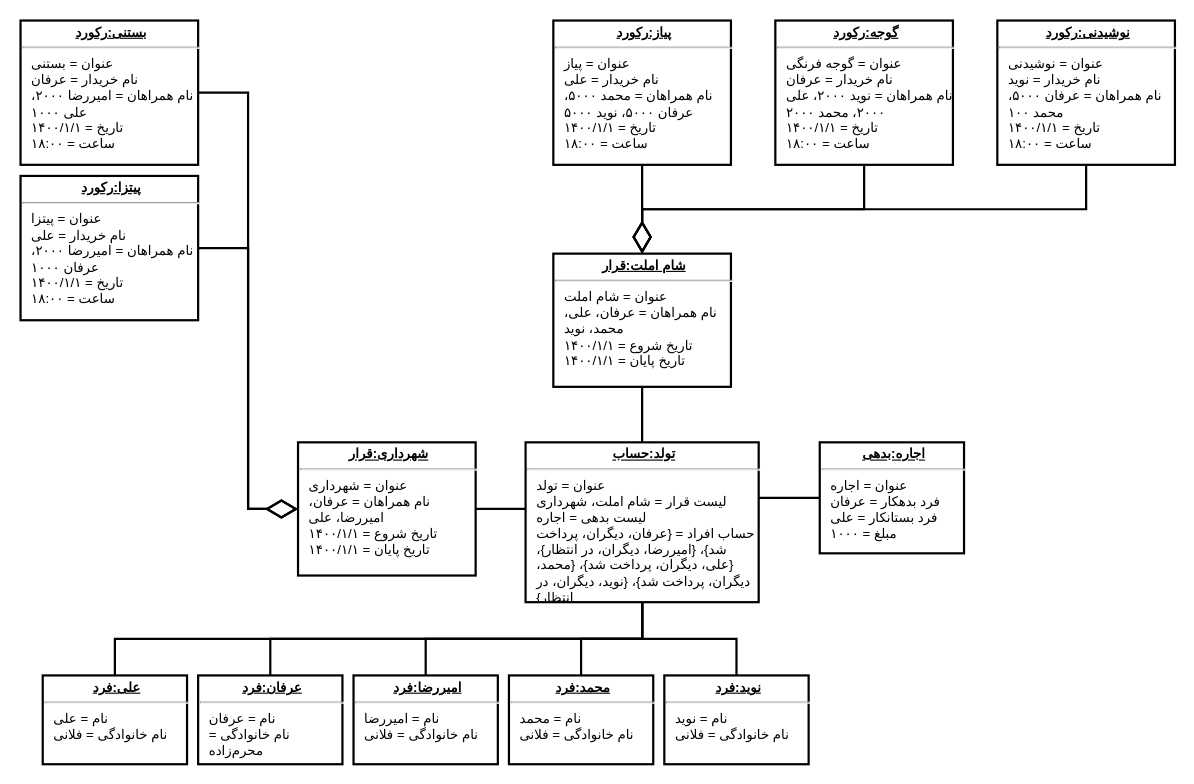
moharamzadeh/lets-go-dutch keeps this draw.io diagram as page "Object" (2 of 14) of UML.drawio. Above is the earlier version. Source tidied: cells renumbered, new cells numbered last; positions are measured from the earlier drawing's top-left corner, leaving out a move shared by most shapes. Both pictures are drawn from the tidied source at 111%, with x=0, y=0 at pixel (20, 20).
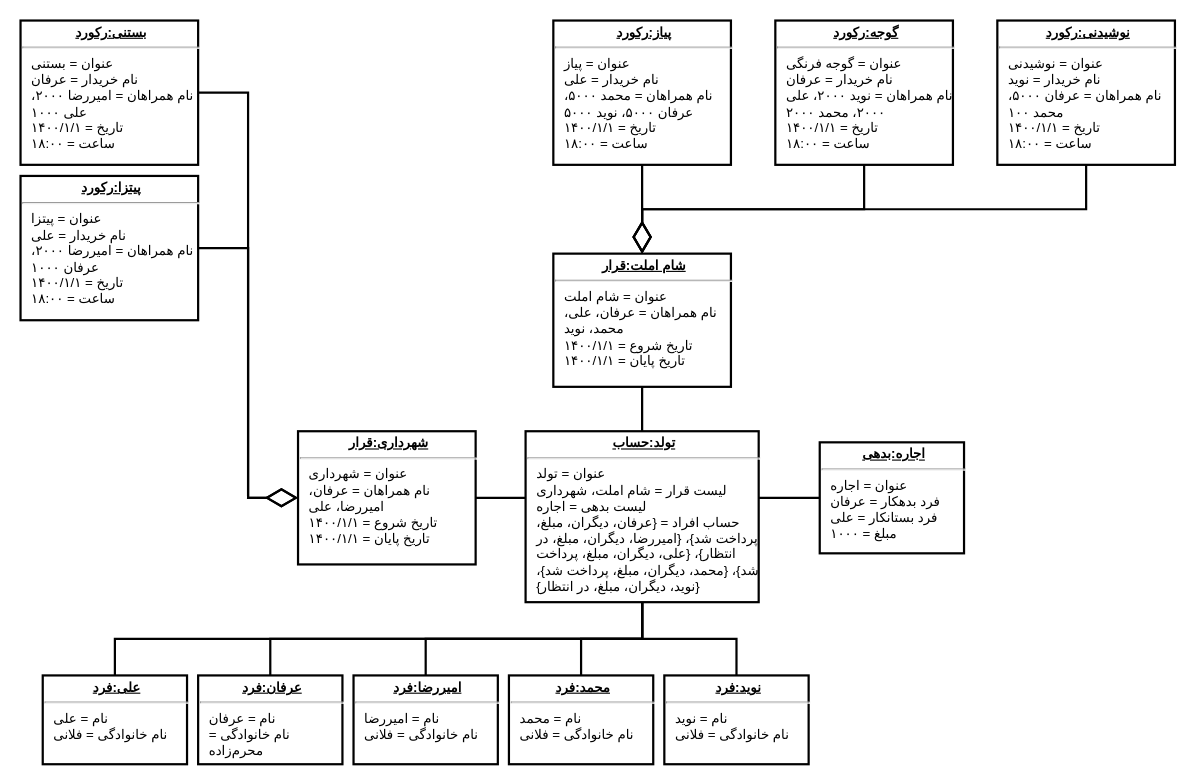
The same page after the edit.

What changed in the source:
```diff
@@
     <mxCell id="2" value="&lt;p style=&quot;margin:0px;margin-top:4px;text-align:center;text-decoration:underline;&quot;&gt;&lt;b&gt;شهرداری:قرار&lt;/b&gt;&lt;/p&gt;&lt;hr&gt;&lt;p style=&quot;margin: 0px 0px 0px 8px;&quot;&gt;عنوان = شهرداری&lt;/p&gt;&lt;p style=&quot;margin: 0px 0px 0px 8px;&quot;&gt;نام همراهان = عرفان، امیررضا، علی&lt;/p&gt;&lt;p style=&quot;margin: 0px 0px 0px 8px;&quot;&gt;تاریخ شروع = ۱۴۰۰/۱/۱&lt;/p&gt;&lt;p style=&quot;margin: 0px 0px 0px 8px;&quot;&gt;تاریخ پایان = ۱۴۰۰/۱/۱&lt;/p&gt;" style="verticalAlign=top;align=left;overflow=fill;fontSize=12;fontFamily=Vazirmatn;html=1;textDirection=rtl;whiteSpace=wrap;strokeWidth=2;" parent="1" vertex="1">
-      <mxGeometry x="250" y="380" width="160" height="120" as="geometry" />
+      <mxGeometry x="250" y="370" width="160" height="120" as="geometry" />
     </mxCell>
@@
-    <mxCell id="14" value="&lt;p style=&quot;margin:0px;margin-top:4px;text-align:center;text-decoration:underline;&quot;&gt;&lt;b&gt;تولد:حساب&lt;/b&gt;&lt;/p&gt;&lt;hr&gt;&lt;p style=&quot;margin: 0px 0px 0px 8px;&quot;&gt;عنوان = تولد&lt;/p&gt;&lt;p style=&quot;margin: 0px 0px 0px 8px;&quot;&gt;لیست قرار = شام املت، شهرداری&lt;/p&gt;&lt;p style=&quot;margin: 0px 0px 0px 8px;&quot;&gt;لیست بدهی = اجاره&lt;/p&gt;&lt;p style=&quot;margin: 0px 0px 0px 8px;&quot;&gt;حساب افراد = {عرفان، دیگران، پرداخت شد}، {امیررضا، دیگران، در انتظار}، {علی، دیگران، پرداخت شد}، {محمد، دیگران، پرداخت شد}، {نوید، دیگران، در انتظار}&lt;/p&gt;" style="verticalAlign=top;align=left;overflow=fill;fontSize=12;fontFamily=Vazirmatn;html=1;textDirection=rtl;whiteSpace=wrap;strokeWidth=2;" parent="1" vertex="1">
-      <mxGeometry x="455" y="380" width="210" height="144" as="geometry" />
+    <mxCell id="14" value="&lt;p style=&quot;margin:0px;margin-top:4px;text-align:center;text-decoration:underline;&quot;&gt;&lt;b&gt;تولد:حساب&lt;/b&gt;&lt;/p&gt;&lt;hr&gt;&lt;p style=&quot;margin: 0px 0px 0px 8px;&quot;&gt;عنوان = تولد&lt;/p&gt;&lt;p style=&quot;margin: 0px 0px 0px 8px;&quot;&gt;لیست قرار = شام املت، شهرداری&lt;/p&gt;&lt;p style=&quot;margin: 0px 0px 0px 8px;&quot;&gt;لیست بدهی = اجاره&lt;/p&gt;&lt;p style=&quot;margin: 0px 0px 0px 8px;&quot;&gt;حساب افراد = {عرفان، دیگران، مبلغ، پرداخت شد}، {امیررضا، دیگران، مبلغ، در انتظار}، {علی، دیگران، مبلغ، پرداخت شد}، {محمد، دیگران، مبلغ، پرداخت شد}، {نوید، دیگران، مبلغ، در انتظار}&lt;/p&gt;" style="verticalAlign=top;align=left;overflow=fill;fontSize=12;fontFamily=Vazirmatn;html=1;textDirection=rtl;whiteSpace=wrap;strokeWidth=2;" parent="1" vertex="1">
+      <mxGeometry x="455" y="370" width="210" height="154" as="geometry" />
     </mxCell>
```
